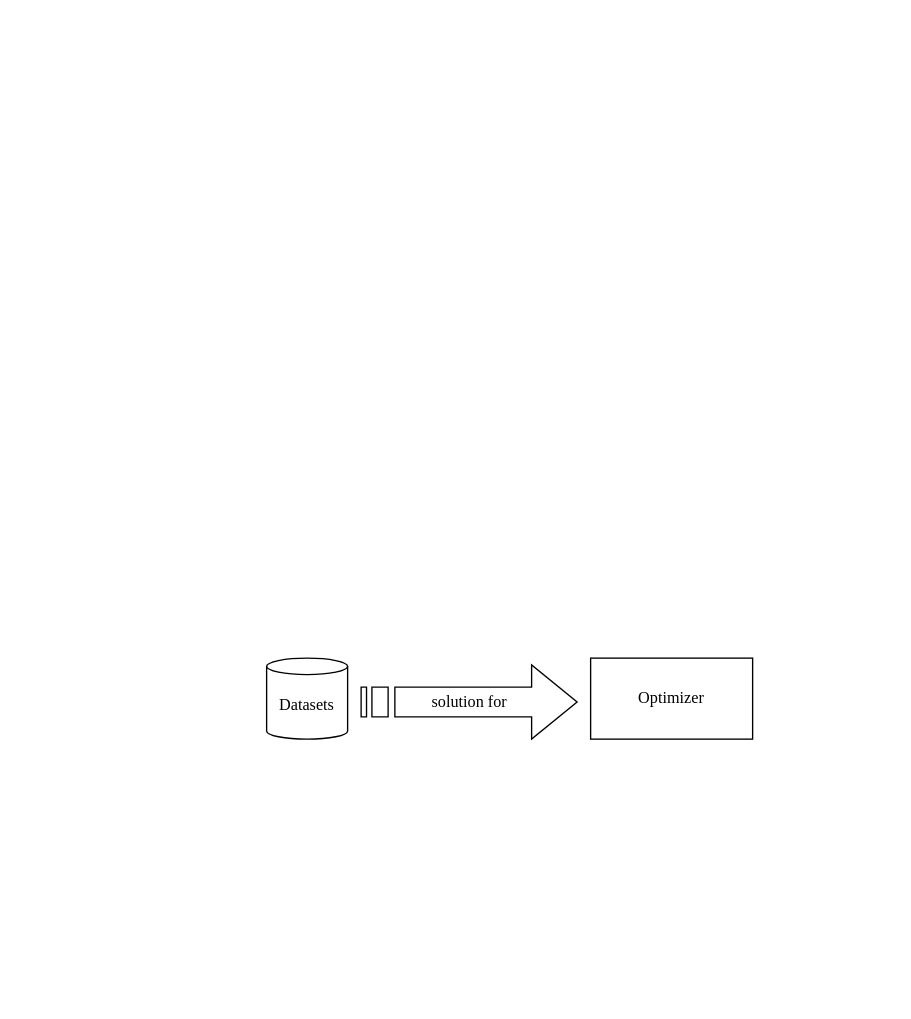
This is page "第 2 页" (2 of 5) of 優化器模擬器互動.drawio from lai20021015/Automobile-energy-consumption-detector, a draw.io file, before an edit. Source tidied: cells renumbered, new cells numbered last; positions are measured from the earlier drawing's top-left corner, leaving out a move shared by most shapes. Both pictures are drawn from the tidied source at 135%, with x=0, y=0 at pixel (266, 657).
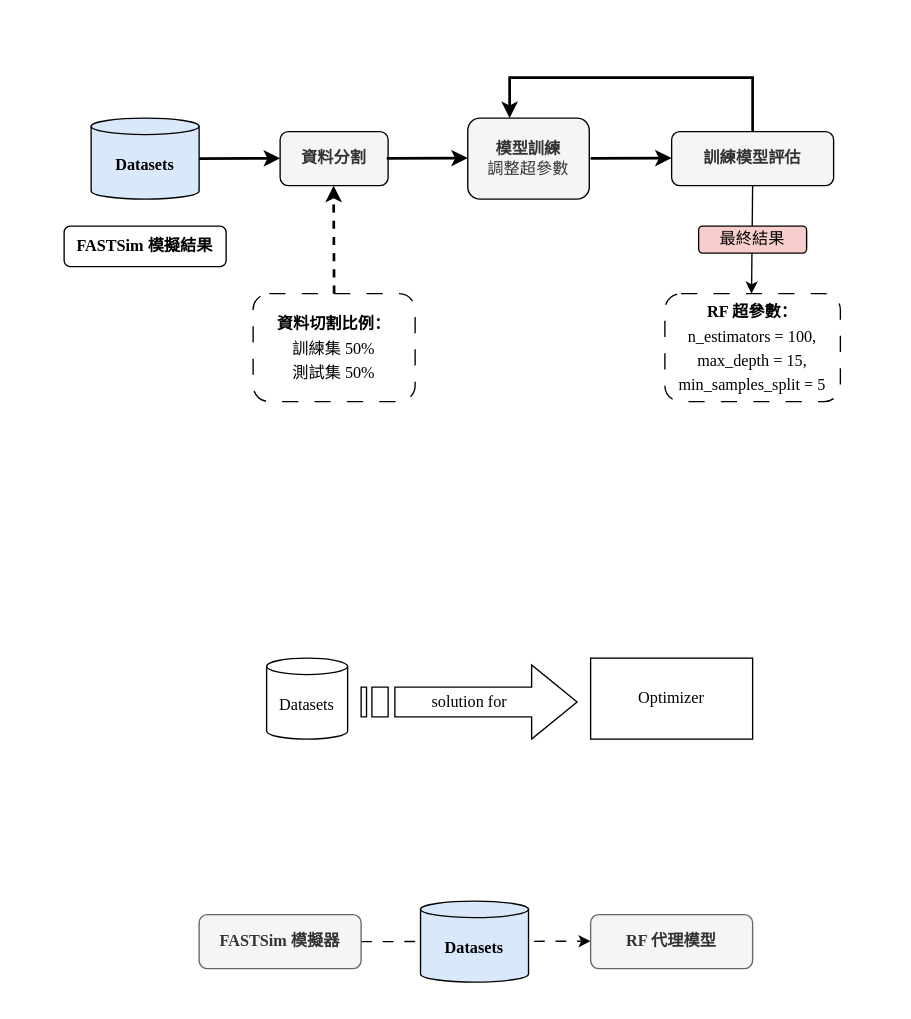
The same diagram, later.

Diff of the diagram source:
```diff
@@
+    <mxCell id="5" style="rounded=0;whiteSpace=wrap;html=1;strokeColor=#FFFFFF;" parent="1" vertex="1">
+      <mxGeometry x="-180" y="-470" width="640" height="320" as="geometry" />
+    </mxCell>
+    <mxCell id="6" style="rounded=0;whiteSpace=wrap;html=1;strokeColor=#FFFFFF;" parent="1" vertex="1">
+      <mxGeometry x="-60" y="170" width="440" height="80" as="geometry" />
+    </mxCell>
+    <mxCell id="7" style="endArrow=classic;html=1;rounded=0;dashed=1;dashPattern=8 8;exitX=1;exitY=0.5;exitDx=0;exitDy=0;" parent="1" edge="1" source="9">
+      <mxGeometry relative="1" as="geometry">
+        <mxPoint x="240" y="209.7" as="targetPoint" />
+      </mxGeometry>
+    </mxCell>
@@
+    <mxCell id="8" value="&lt;b&gt;Datasets&lt;/b&gt;" style="shape=cylinder3;whiteSpace=wrap;html=1;boundedLbl=1;backgroundOutline=1;size=6.10344827586232;fontFamily=Times New Roman;fillColor=#dae8fc;strokeColor=#000000;" parent="1" vertex="1">
+      <mxGeometry x="114" y="180" width="80" height="60" as="geometry" />
+    </mxCell>
+    <mxCell id="9" value="&lt;b&gt;&lt;font face=&quot;Times New Roman&quot;&gt;FASTSim 模擬器&lt;/font&gt;&lt;/b&gt;" style="rounded=1;whiteSpace=wrap;html=1;fillColor=#f5f5f5;fontColor=#333333;strokeColor=#666666;" parent="1" vertex="1">
+      <mxGeometry x="-50" y="190" width="120" height="40" as="geometry" />
+    </mxCell>
+    <mxCell id="10" value="&lt;font face=&quot;Times New Roman&quot;&gt;&lt;b&gt;RF 代理模型&lt;/b&gt;&lt;/font&gt;" style="rounded=1;whiteSpace=wrap;html=1;fillColor=#f5f5f5;fontColor=#333333;strokeColor=#666666;" parent="1" vertex="1">
+      <mxGeometry x="240" y="190" width="120" height="40" as="geometry" />
+    </mxCell>
+    <mxCell id="11" value="&lt;b&gt;Datasets&lt;/b&gt;" style="shape=cylinder3;whiteSpace=wrap;html=1;boundedLbl=1;backgroundOutline=1;size=6.10344827586232;fontFamily=Times New Roman;fillColor=#dae8fc;strokeColor=#000000;" parent="1" vertex="1">
+      <mxGeometry x="-130" y="-400" width="80" height="60" as="geometry" />
+    </mxCell>
+    <mxCell id="12" value="&lt;font face=&quot;Times New Roman&quot;&gt;&lt;b&gt;FASTSim 模擬結果&lt;/b&gt;&lt;/font&gt;" style="rounded=1;whiteSpace=wrap;html=1;" parent="1" vertex="1">
+      <mxGeometry x="-150" y="-320" width="120" height="30" as="geometry" />
+    </mxCell>
+    <mxCell id="13" value="&lt;font face=&quot;Times New Roman&quot;&gt;&lt;b&gt;資料分割&lt;/b&gt;&lt;/font&gt;" style="rounded=1;whiteSpace=wrap;html=1;fillColor=#f5f5f5;fontColor=#333333;strokeColor=#000000;" parent="1" vertex="1">
+      <mxGeometry x="10" y="-390" width="80" height="40" as="geometry" />
+    </mxCell>
+    <mxCell id="14" value="&lt;div style=&quot;line-height: 150%;&quot;&gt;&lt;font face=&quot;Times New Roman&quot;&gt;&lt;b&gt;資料切割比例：&lt;/b&gt;&lt;/font&gt;&lt;div&gt;&lt;font face=&quot;Times New Roman&quot;&gt;訓練集 50%&lt;/font&gt;&lt;/div&gt;&lt;div&gt;&lt;font face=&quot;Times New Roman&quot;&gt;測試集 50%&lt;/font&gt;&lt;/div&gt;&lt;/div&gt;" style="rounded=1;whiteSpace=wrap;html=1;dashed=1;dashPattern=12 12;" parent="1" vertex="1">
+      <mxGeometry x="-10" y="-270" width="120" height="80" as="geometry" />
+    </mxCell>
+    <mxCell id="15" value="&lt;font face=&quot;Times New Roman&quot;&gt;&lt;b&gt;模型訓練&lt;/b&gt;&lt;/font&gt;&lt;div&gt;&lt;font face=&quot;Times New Roman&quot;&gt;調整超參數&lt;/font&gt;&lt;/div&gt;" style="rounded=1;whiteSpace=wrap;html=1;fillColor=#f5f5f5;fontColor=#333333;strokeColor=#000000;" parent="1" vertex="1">
+      <mxGeometry x="149" y="-400" width="90" height="60" as="geometry" />
+    </mxCell>
+    <mxCell id="16" value="&lt;font face=&quot;Times New Roman&quot;&gt;訓練模型評估&lt;/font&gt;" style="rounded=1;whiteSpace=wrap;html=1;fontStyle=1;fillColor=#f5f5f5;fontColor=#333333;strokeColor=#000000;" parent="1" vertex="1">
+      <mxGeometry x="300" y="-390" width="120" height="40" as="geometry" />
+    </mxCell>
+    <mxCell id="17" value="&lt;div style=&quot;line-height: 150%;&quot;&gt;&lt;font face=&quot;Times New Roman&quot;&gt;&lt;b&gt;RF 超參數：&lt;/b&gt;&lt;/font&gt;&lt;div&gt;&lt;font face=&quot;Times New Roman&quot;&gt;n_estimators = 100,&lt;/font&gt;&lt;/div&gt;&lt;div&gt;&lt;font face=&quot;Times New Roman&quot;&gt;max_depth = 15,&lt;/font&gt;&lt;/div&gt;&lt;div&gt;&lt;font face=&quot;Times New Roman&quot;&gt;min_samples_split = 5&lt;/font&gt;&lt;/div&gt;&lt;/div&gt;" style="rounded=1;whiteSpace=wrap;html=1;dashed=1;dashPattern=12 12;" parent="1" vertex="1">
+      <mxGeometry x="295" y="-270" width="130" height="80" as="geometry" />
+    </mxCell>
+    <mxCell id="18" style="endArrow=classic;html=1;rounded=0;dashed=1;strokeWidth=2;exitX=0.5;exitY=0;exitDx=0;exitDy=0;" parent="1" edge="1" source="14">
+      <mxGeometry relative="1" as="geometry">
+        <mxPoint x="49.6" y="-350" as="targetPoint" />
+      </mxGeometry>
+    </mxCell>
+    <mxCell id="19" style="endArrow=classic;html=1;rounded=0;strokeWidth=2;exitX=1;exitY=0.5;exitDx=0;exitDy=0;exitPerimeter=0;" parent="1" edge="1" source="11">
+      <mxGeometry relative="1" as="geometry">
+        <mxPoint x="10" y="-370.2" as="targetPoint" />
+      </mxGeometry>
+    </mxCell>
+    <mxCell id="20" style="endArrow=classic;html=1;rounded=0;exitX=0.5;exitY=1;exitDx=0;exitDy=0;" parent="1" edge="1" source="16">
+      <mxGeometry relative="1" as="geometry">
+        <mxPoint x="359.2" y="-270" as="targetPoint" />
+      </mxGeometry>
+    </mxCell>
+    <mxCell id="21" style="endArrow=classic;html=1;rounded=0;strokeWidth=2;edgeStyle=orthogonalEdgeStyle;exitX=0.5;exitY=0;exitDx=0;exitDy=0;" parent="1" edge="1" source="16">
+      <mxGeometry relative="1" as="geometry">
+        <mxPoint x="180" y="-400" as="targetPoint" />
+        <Array as="points">
+          <mxPoint x="360" y="-430" />
+          <mxPoint x="180" y="-430" />
+        </Array>
+      </mxGeometry>
+    </mxCell>
+    <mxCell id="22" style="endArrow=classic;html=1;rounded=0;strokeWidth=2;exitX=1;exitY=0.5;exitDx=0;exitDy=0;exitPerimeter=0;" parent="1" edge="1">
+      <mxGeometry relative="1" as="geometry">
+        <mxPoint x="89" y="-370.2" as="sourcePoint" />
+        <mxPoint x="149" y="-370.4" as="targetPoint" />
+      </mxGeometry>
+    </mxCell>
+    <mxCell id="23" style="endArrow=classic;html=1;rounded=0;strokeWidth=2;exitX=1;exitY=0.5;exitDx=0;exitDy=0;exitPerimeter=0;" parent="1" edge="1">
+      <mxGeometry relative="1" as="geometry">
+        <mxPoint x="240" y="-370.2" as="sourcePoint" />
+        <mxPoint x="300" y="-370.4" as="targetPoint" />
+      </mxGeometry>
+    </mxCell>
+    <mxCell id="24" value="&lt;font face=&quot;Times New Roman&quot;&gt;最終結果&lt;/font&gt;" style="rounded=1;whiteSpace=wrap;html=1;fillColor=#f8cecc;strokeColor=#000000;" parent="1" vertex="1">
+      <mxGeometry x="320" y="-320" width="80" height="20" as="geometry" />
+    </mxCell>
```
